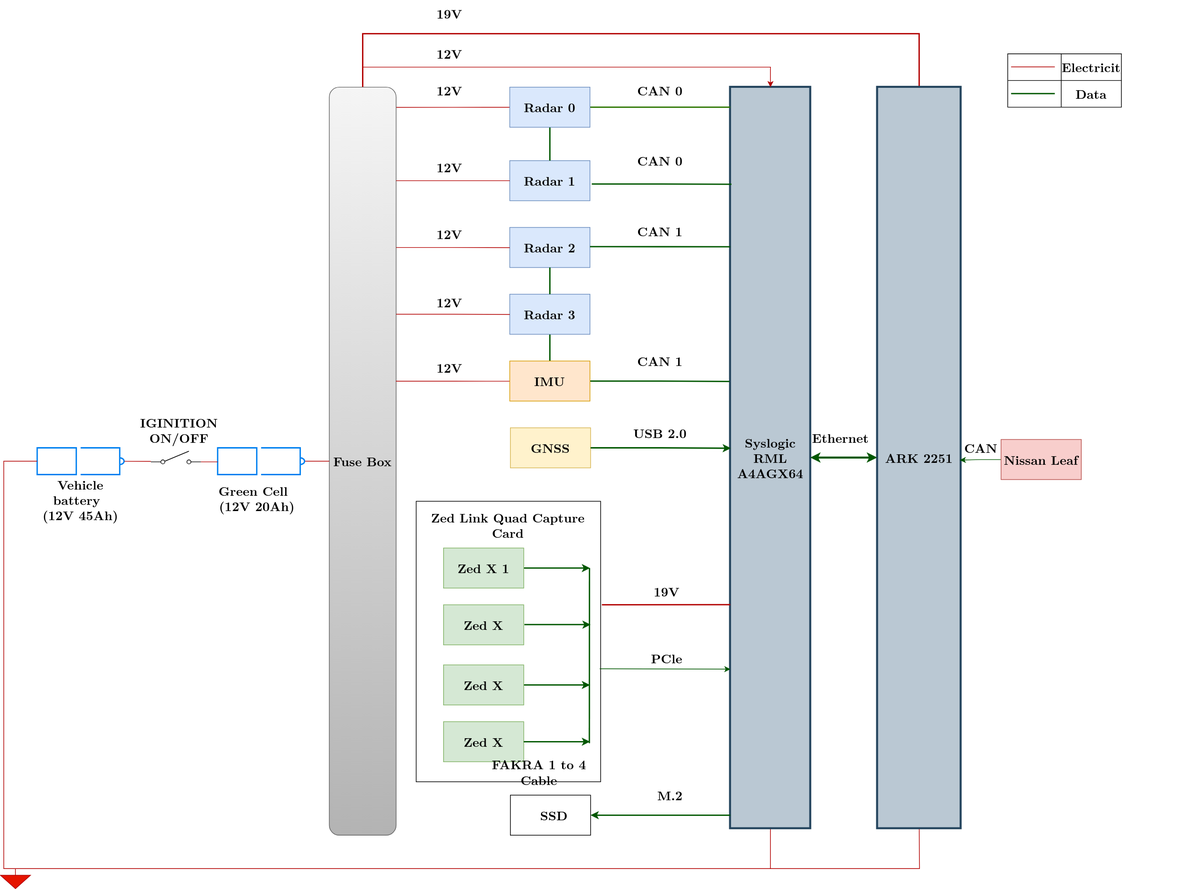
This is docs/assets/Hardware_Topology.drawio.svg from boyuzhao-hub/omni_onboard_platform, a draw.io export, as it was before one commit. Source tidied: cells renumbered, new cells last; positions are measured from the earlier drawing's top-left corner, leaving out a move shared by most shapes.
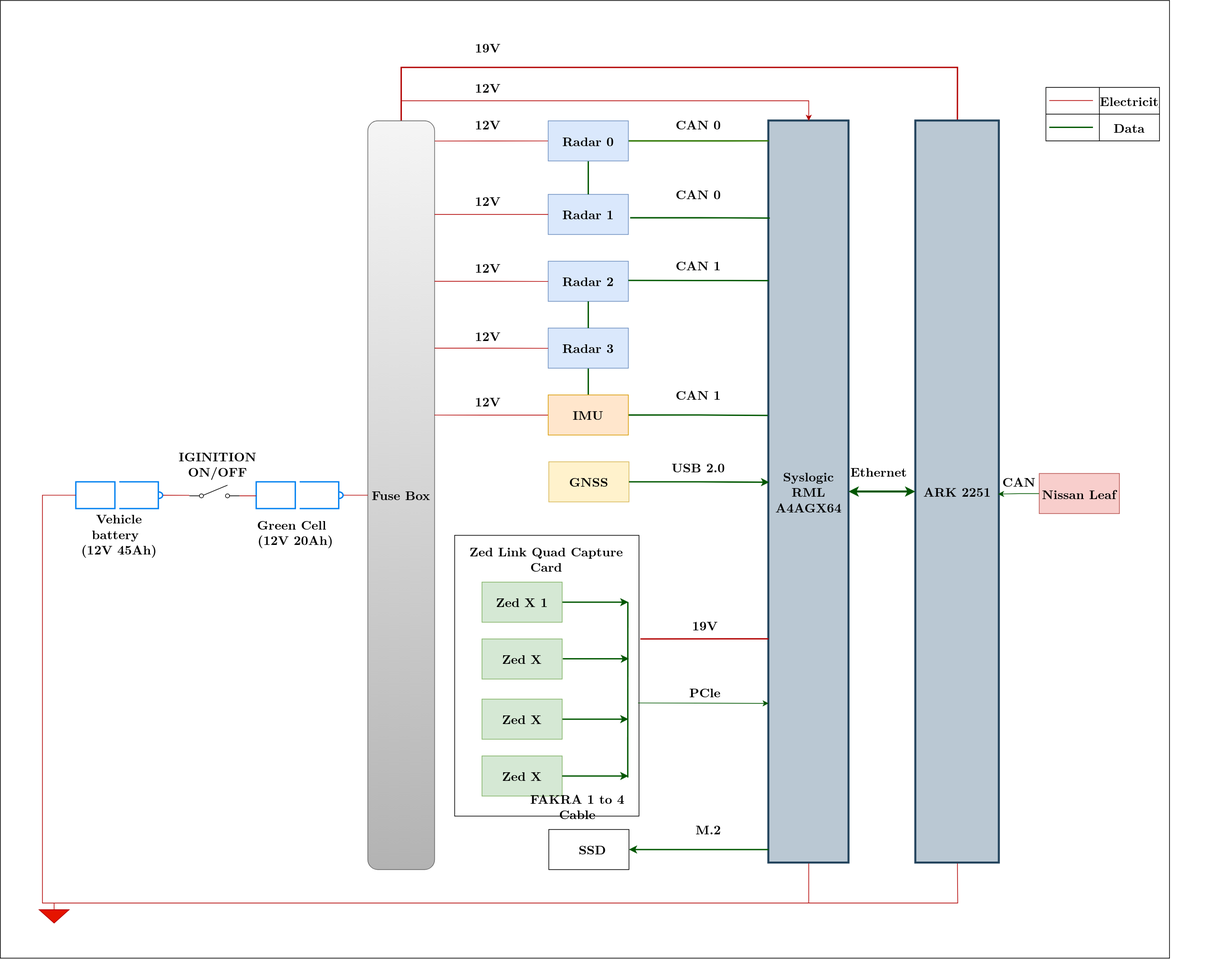
The same diagram one commit later.

Commit message:
Improve the figure visualization for dark mode

Diff of the diagram source:
```diff
@@ -2,6 +2,9 @@
   <root>
     <mxCell id="0" />
     <mxCell id="1" parent="0" />
+    <mxCell id="86" style="rounded=0;whiteSpace=wrap;html=1;" parent="1" vertex="1">
+      <mxGeometry x="-58" y="-50" width="1750" height="1432.5" as="geometry" />
+    </mxCell>
     <mxCell id="2" style="group;fontFamily=Latin Modern Roman;fontSize=19;fontStyle=1;" parent="1" vertex="1">
       <mxGeometry x="1612" y="80" width="170" height="80" as="geometry" />
     </mxCell>
```
